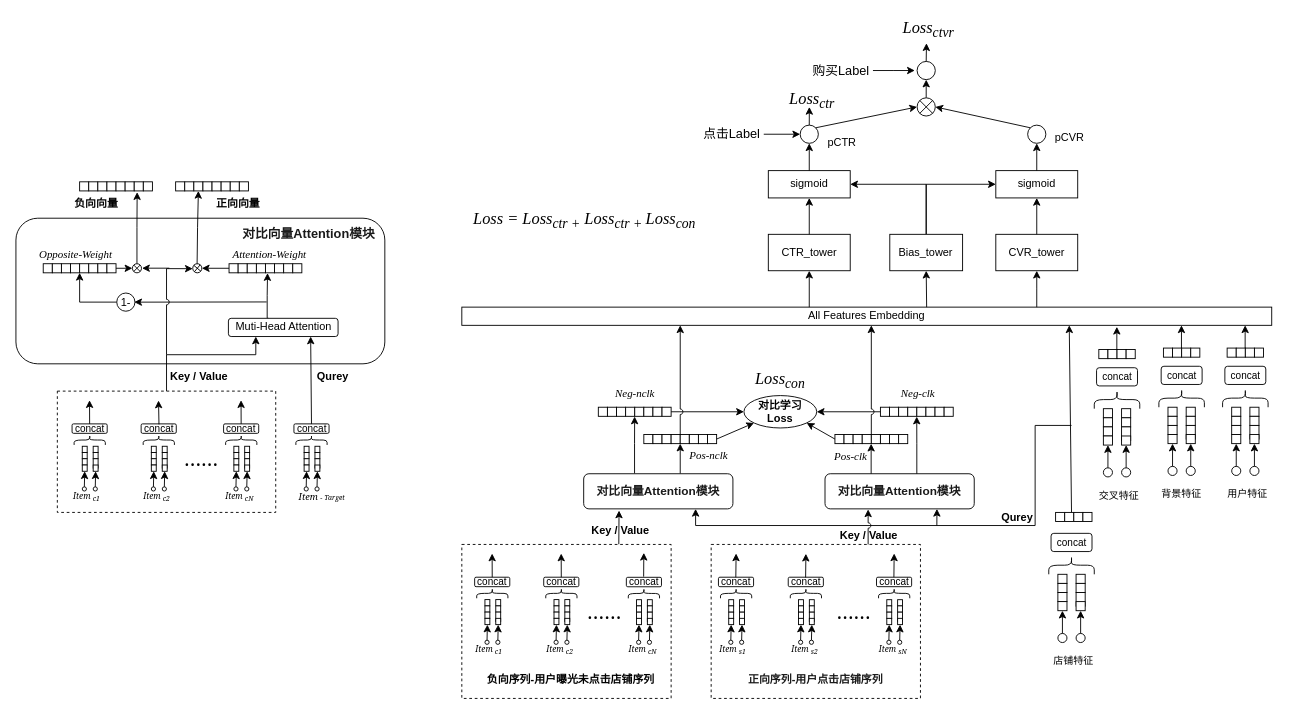
Before: 负反馈序列优化-专利图.drawio in cosinalee/HeteroGraph, a draw.io diagram. Source tidied: cells renumbered, new cells numbered last; positions are measured from the earlier drawing's top-left corner, leaving out a move shared by most shapes. Both pictures are drawn from the tidied source at 91%, with x=0, y=0 at pixel (15, 15).
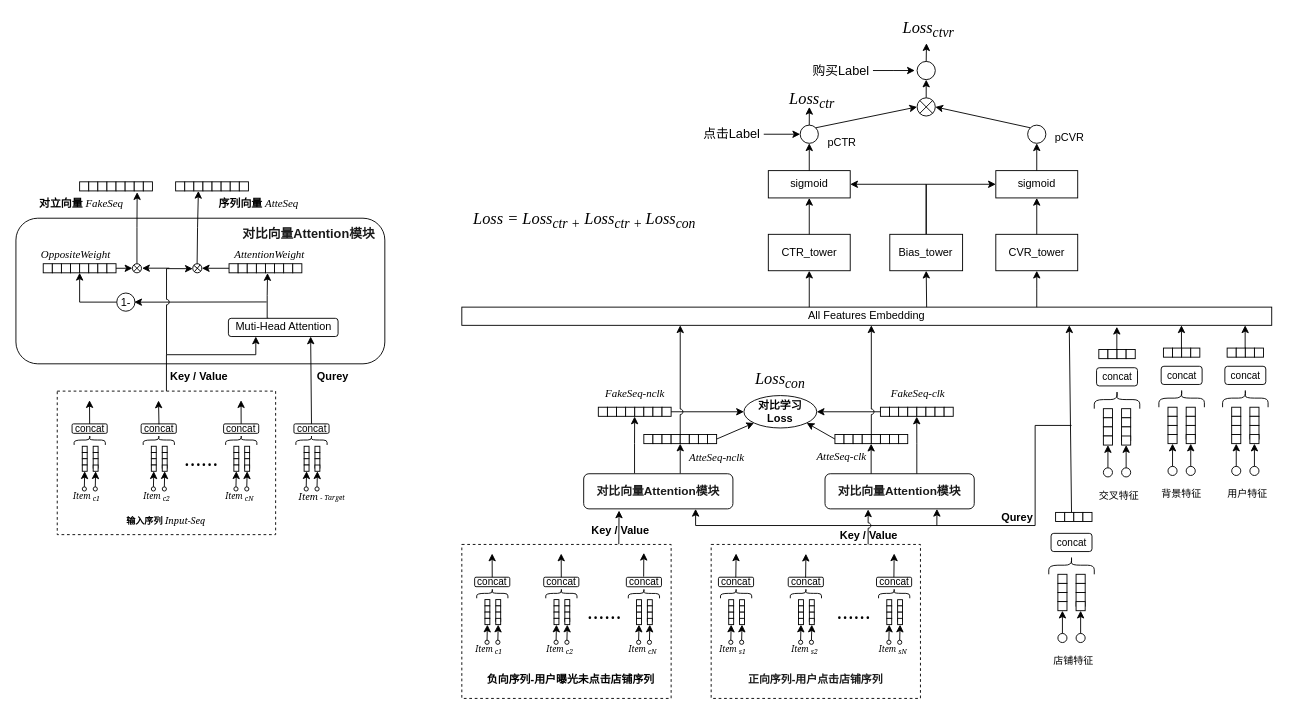
The same page after the edit.

Commit message:
更新负反馈序列优化-专利图.drawio

Change to the diagram source:
```diff
@@
     <mxCell id="6" style="rounded=0;whiteSpace=wrap;html=1;fontFamily=Georgia;fontSize=22;dashed=1;" parent="1" vertex="1">
-      <mxGeometry x="45.5" y="412.3" width="240" height="133.3" as="geometry" />
+      <mxGeometry x="45.4" y="412.3" width="240" height="157.7" as="geometry" />
     </mxCell>
@@
-    <mxCell id="309" value="&lt;font face=&quot;Times New Roman&quot;&gt;&lt;i&gt;Attention-Weight&lt;/i&gt;&lt;/font&gt;" style="text;html=1;align=center;verticalAlign=middle;whiteSpace=wrap;rounded=0;" parent="1" vertex="1">
+    <mxCell id="309" value="&lt;font face=&quot;Times New Roman&quot;&gt;&lt;i&gt;AttentionWeight&lt;/i&gt;&lt;/font&gt;" style="text;html=1;align=center;verticalAlign=middle;whiteSpace=wrap;rounded=0;" parent="1" vertex="1">
       <mxGeometry x="228.6" y="254.5" width="100" height="17.7" as="geometry" />
     </mxCell>
@@
-    <mxCell id="342" value="&lt;i&gt;&lt;font face=&quot;Times New Roman&quot;&gt;Opposite&lt;/font&gt;&lt;/i&gt;&lt;font face=&quot;Times New Roman&quot;&gt;&lt;i&gt;-Weight&lt;/i&gt;&lt;/font&gt;" style="text;html=1;align=center;verticalAlign=middle;whiteSpace=wrap;rounded=0;" parent="1" vertex="1">
+    <mxCell id="342" value="&lt;i&gt;&lt;font face=&quot;Times New Roman&quot;&gt;Opposite&lt;/font&gt;&lt;/i&gt;&lt;font face=&quot;Times New Roman&quot;&gt;&lt;i&gt;Weight&lt;/i&gt;&lt;/font&gt;" style="text;html=1;align=center;verticalAlign=middle;whiteSpace=wrap;rounded=0;" parent="1" vertex="1">
       <mxGeometry x="15.5" y="254.5" width="100" height="17.7" as="geometry" />
     </mxCell>
@@
-    <mxCell id="366" value="&lt;b&gt;正向向量&lt;/b&gt;" style="text;html=1;align=center;verticalAlign=middle;whiteSpace=wrap;rounded=0;" parent="1" vertex="1">
-      <mxGeometry x="203.5" y="192.3" width="81.3" height="30" as="geometry" />
+    <mxCell id="366" value="&lt;font style=&quot;&quot; face=&quot;Times New Roman&quot;&gt;&lt;i&gt;&amp;nbsp;&lt;/i&gt;&lt;b&gt;序列向量&amp;nbsp;&lt;/b&gt;&lt;/font&gt;&lt;i style=&quot;border-color: var(--border-color); font-family: &amp;quot;Times New Roman&amp;quot;;&quot;&gt;AtteSeq&lt;/i&gt;" style="text;html=1;align=center;verticalAlign=middle;whiteSpace=wrap;rounded=0;" parent="1" vertex="1">
+      <mxGeometry x="202.1" y="192.3" width="126.5" height="30" as="geometry" />
     </mxCell>
-    <mxCell id="367" value="&lt;b&gt;负向向量&lt;/b&gt;" style="text;html=1;align=center;verticalAlign=middle;whiteSpace=wrap;rounded=0;" parent="1" vertex="1">
-      <mxGeometry x="47.6" y="192.3" width="81.3" height="30" as="geometry" />
-    </mxCell>
@@
-    <mxCell id="423" value="&lt;i&gt;&lt;font face=&quot;Times New Roman&quot;&gt;Neg-nclk&lt;/font&gt;&lt;/i&gt;" style="text;html=1;align=center;verticalAlign=middle;whiteSpace=wrap;rounded=0;" parent="1" vertex="1">
+    <mxCell id="423" value="&lt;i style=&quot;border-color: var(--border-color); font-family: &amp;quot;Times New Roman&amp;quot;;&quot;&gt;FakeSeq&lt;/i&gt;&lt;i&gt;&lt;font face=&quot;Times New Roman&quot;&gt;-nclk&lt;/font&gt;&lt;/i&gt;" style="text;html=1;align=center;verticalAlign=middle;whiteSpace=wrap;rounded=0;" parent="1" vertex="1">
       <mxGeometry x="640" y="400" width="81.3" height="30" as="geometry" />
     </mxCell>
-    <mxCell id="424" value="&lt;i&gt;&lt;font face=&quot;Times New Roman&quot;&gt;Pos-nclk&lt;/font&gt;&lt;/i&gt;" style="text;html=1;align=center;verticalAlign=middle;whiteSpace=wrap;rounded=0;" parent="1" vertex="1">
-      <mxGeometry x="721.3" y="467.8" width="81.3" height="30" as="geometry" />
+    <mxCell id="424" value="&lt;i style=&quot;border-color: var(--border-color); font-family: &amp;quot;Times New Roman&amp;quot;;&quot;&gt;AtteSeq&lt;/i&gt;&lt;i&gt;&lt;font face=&quot;Times New Roman&quot;&gt;-nclk&lt;/font&gt;&lt;/i&gt;" style="text;html=1;align=center;verticalAlign=middle;whiteSpace=wrap;rounded=0;" parent="1" vertex="1">
+      <mxGeometry x="729.9" y="470.6" width="81.3" height="30" as="geometry" />
     </mxCell>
@@
-    <mxCell id="438" value="&lt;i&gt;&lt;font face=&quot;Times New Roman&quot;&gt;Neg-clk&lt;/font&gt;&lt;/i&gt;" style="text;html=1;align=center;verticalAlign=middle;whiteSpace=wrap;rounded=0;" parent="1" vertex="1">
+    <mxCell id="438" value="&lt;i style=&quot;border-color: var(--border-color); font-family: &amp;quot;Times New Roman&amp;quot;;&quot;&gt;FakeSeq&lt;/i&gt;&lt;i&gt;&lt;font face=&quot;Times New Roman&quot;&gt;-clk&lt;/font&gt;&lt;/i&gt;" style="text;html=1;align=center;verticalAlign=middle;whiteSpace=wrap;rounded=0;" parent="1" vertex="1">
       <mxGeometry x="951.2" y="400" width="81.3" height="30" as="geometry" />
     </mxCell>
-    <mxCell id="439" value="&lt;i&gt;&lt;font face=&quot;Times New Roman&quot;&gt;Pos-clk&lt;/font&gt;&lt;/i&gt;" style="text;html=1;align=center;verticalAlign=middle;whiteSpace=wrap;rounded=0;" parent="1" vertex="1">
-      <mxGeometry x="876.5" y="470" width="81.3" height="30" as="geometry" />
+    <mxCell id="439" value="&lt;i style=&quot;border-color: var(--border-color); font-family: &amp;quot;Times New Roman&amp;quot;;&quot;&gt;AtteSeq&lt;/i&gt;&lt;i&gt;&lt;font face=&quot;Times New Roman&quot;&gt;-clk&lt;/font&gt;&lt;/i&gt;" style="text;html=1;align=center;verticalAlign=middle;whiteSpace=wrap;rounded=0;" parent="1" vertex="1">
+      <mxGeometry x="867.2" y="470" width="81.3" height="30" as="geometry" />
     </mxCell>
@@
+    <mxCell id="449" value="&lt;font style=&quot;&quot; face=&quot;Times New Roman&quot;&gt;&lt;i&gt;&amp;nbsp;&lt;/i&gt;&lt;b&gt;对立向量&amp;nbsp;&lt;/b&gt;&lt;/font&gt;&lt;i style=&quot;border-color: var(--border-color); font-family: &amp;quot;Times New Roman&amp;quot;;&quot;&gt;FakeSeq&lt;/i&gt;" style="text;html=1;align=center;verticalAlign=middle;whiteSpace=wrap;rounded=0;" parent="1" vertex="1">
+      <mxGeometry x="6.9" y="192.3" width="126.5" height="30" as="geometry" />
+    </mxCell>
+    <mxCell id="450" value="&lt;font size=&quot;1&quot; face=&quot;Georgia&quot;&gt;&lt;b style=&quot;&quot;&gt;输入序列&lt;/b&gt;&lt;i&gt; Input-Seq&lt;/i&gt;&lt;/font&gt;" style="text;html=1;align=center;verticalAlign=middle;whiteSpace=wrap;rounded=0;fontSize=11;" parent="1" vertex="1">
+      <mxGeometry x="104.4" y="545" width="122.1" height="20.6" as="geometry" />
+    </mxCell>
```
